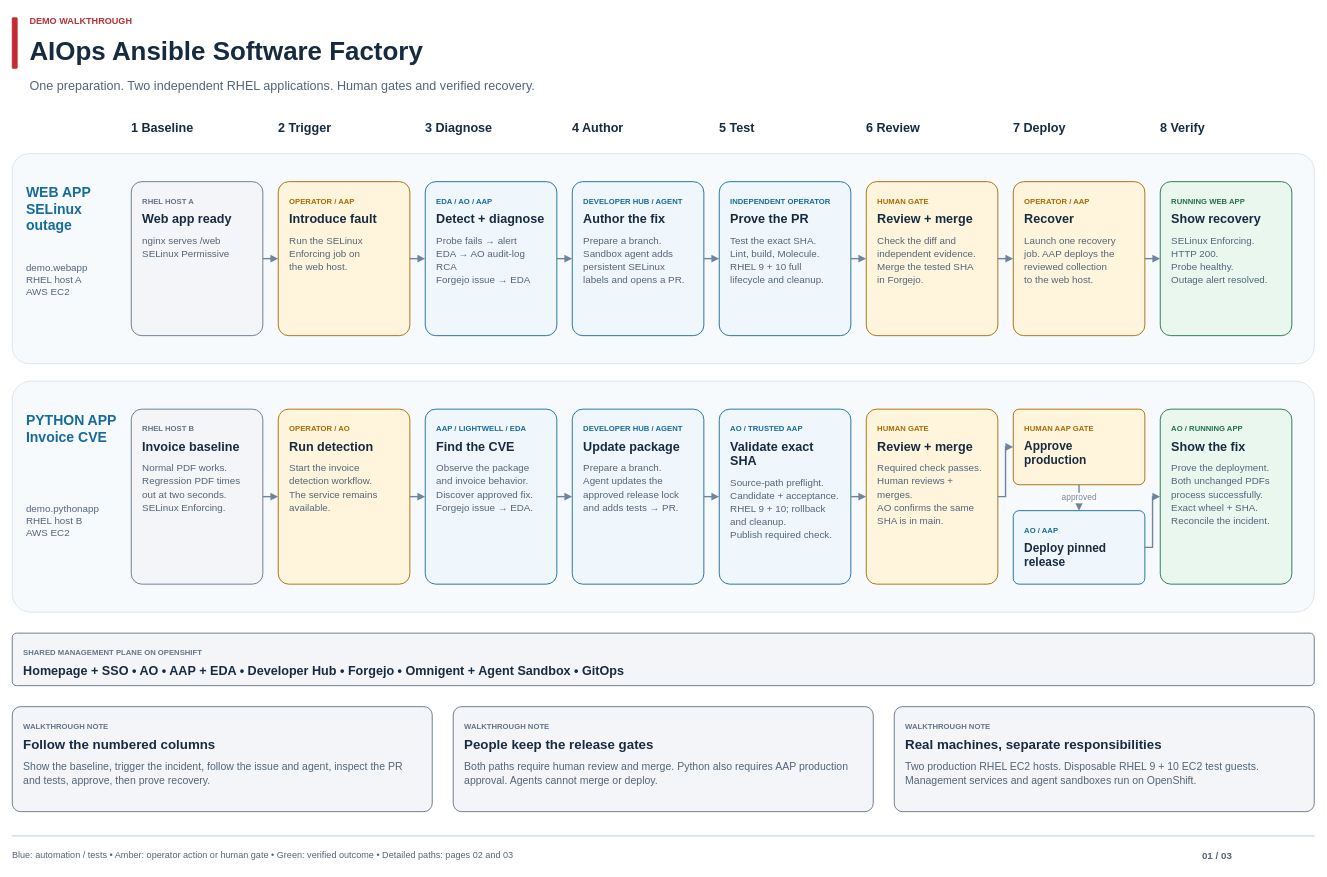
Before: page "01 Overview" (1 of 4) of docs/diagrams/demo-workflow.drawio in aiops-ansible-software-factory-demojam/openshift-gitops, a draw.io diagram. Source tidied: cells renumbered, new cells numbered last; positions are measured from the earlier drawing's top-left corner, leaving out a move shared by most shapes. Both pictures are drawn from the tidied source at 70%, with x=0, y=0 at pixel (12, 12).
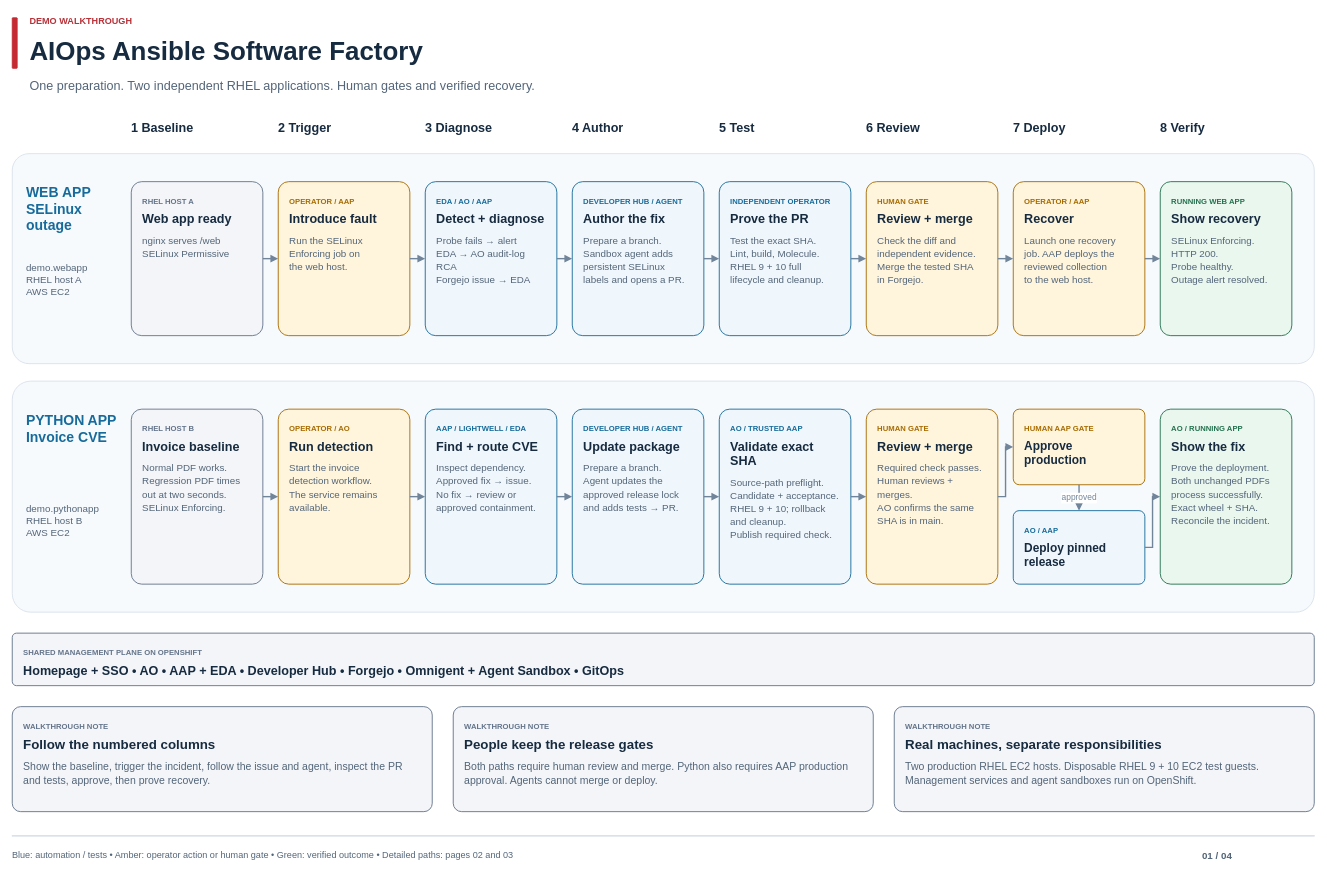
The same page after the edit.

Commit message (it also covers changes not shown here):
Route application CVEs through explicit governed response paths

Diff of the diagram source:
```diff
@@
-    <mxCell id="30" value="&lt;div style=&quot;font-family:Arial;text-align:left&quot;&gt;&lt;div style=&quot;font-size:11px;font-weight:700;color:#176B9B;line-height:1.3&quot;&gt;AAP / LIGHTWELL / EDA&lt;/div&gt;&lt;div style=&quot;font-size:18px;font-weight:700;line-height:1.15;margin-top:9px;color:#172B40&quot;&gt;Find the CVE&lt;/div&gt;&lt;div style=&quot;font-size:14px;line-height:1.35;margin-top:10px;color:#536579&quot;&gt;Observe the package&lt;br&gt;and invoice behavior.&lt;br&gt;Discover approved fix.&lt;br&gt;Forgejo issue → EDA.&lt;/div&gt;&lt;/div&gt;" style="rounded=1;arcSize=8;whiteSpace=wrap;html=1;fillColor=#F0F7FC;strokeColor=#176B9B;strokeWidth=1.3;align=left;verticalAlign=top;spacing=16;fontFamily=Arial;" parent="1" vertex="1">
+    <mxCell id="30" value="&lt;div style=&quot;font-family:Arial;text-align:left&quot;&gt;&lt;div style=&quot;font-size:11px;font-weight:700;color:#176B9B;line-height:1.3&quot;&gt;AAP / LIGHTWELL / EDA&lt;/div&gt;&lt;div style=&quot;font-size:18px;font-weight:700;line-height:1.15;margin-top:9px;color:#172B40&quot;&gt;Find + route CVE&lt;/div&gt;&lt;div style=&quot;font-size:14px;line-height:1.35;margin-top:10px;color:#536579&quot;&gt;Inspect dependency.&lt;br&gt;Approved fix → issue.&lt;br&gt;No fix → review or&lt;br&gt;approved containment.&lt;/div&gt;&lt;/div&gt;" style="rounded=1;arcSize=8;whiteSpace=wrap;html=1;fillColor=#F0F7FC;strokeColor=#176B9B;strokeWidth=1.3;align=left;verticalAlign=top;spacing=16;fontFamily=Arial;" parent="1" vertex="1">
       <mxGeometry x="590" y="567" width="188" height="250" as="geometry" />
     </mxCell>
@@
-    <mxCell id="43" value="01 / 03" style="text;html=1;strokeColor=none;fillColor=none;align=left;verticalAlign=top;whiteSpace=wrap;rounded=0;spacing=0;fontFamily=Arial;fontSize=14;fontColor=#536579;fontStyle=1;" parent="1" vertex="1">
+    <mxCell id="43" value="01 / 04" style="text;html=1;strokeColor=none;fillColor=none;align=left;verticalAlign=top;whiteSpace=wrap;rounded=0;spacing=0;fontFamily=Arial;fontSize=14;fontColor=#536579;fontStyle=1;" parent="1" vertex="1">
       <mxGeometry x="1700" y="1192" width="160" height="27" as="geometry" />
     </mxCell>
```
